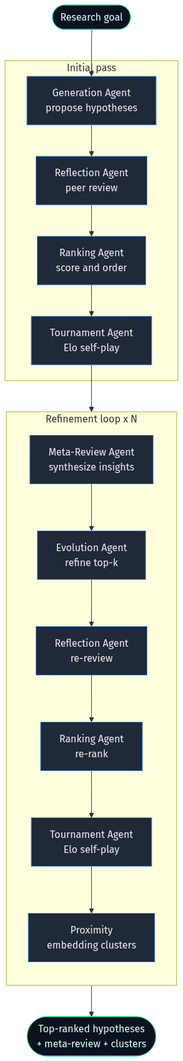
Before: Sources/AICoScientistKit/Documentation.docc/Resources/pipeline.png, a diagram exported from Mermaid (iksnae/coscientist-mlx). Its source is kept beside it as docs/assets/pipeline.mmd. Source of this version:
```mermaid
flowchart TD
    goal([Research goal]) --> gen

    subgraph seed[Initial pass]
        direction TB
        gen[Generation Agent<br/>propose hypotheses] --> ref1[Reflection Agent<br/>peer review]
        ref1 --> rank1[Ranking Agent<br/>score and order]
        rank1 --> tour1[Tournament Agent<br/>Elo self-play]
    end

    tour1 --> loop

    subgraph loop[Refinement loop x N]
        direction TB
        meta[Meta-Review Agent<br/>synthesize insights] --> evo[Evolution Agent<br/>refine top-k]
        evo --> ref2[Reflection Agent<br/>re-review]
        ref2 --> rank2[Ranking Agent<br/>re-rank]
        rank2 --> tour2[Tournament Agent<br/>Elo self-play]
        tour2 --> prox[Proximity<br/>embedding clusters]
    end

    loop --> result([Top-ranked hypotheses<br/>+ meta-review + clusters])

    classDef agent fill:#1f2937,stroke:#60a5fa,stroke-width:1px,color:#e5e7eb;
    classDef io fill:#0b1220,stroke:#34d399,stroke-width:1px,color:#d1fae5;
    class gen,ref1,rank1,tour1,meta,evo,ref2,rank2,tour2,prox agent;
    class goal,result io;
```
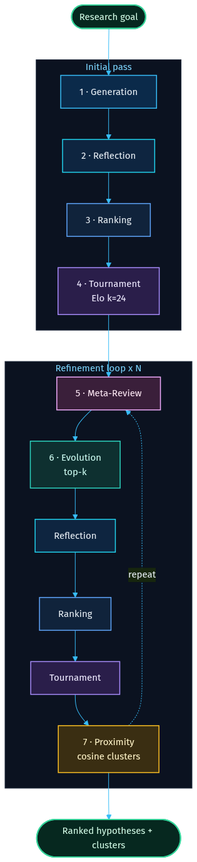
Above is the later version.

Commit message:
docs: restyle + expand diagrams (pipeline, architecture, decode)

Change to the diagram source:
```diff
@@ -1,27 +1,34 @@
-flowchart TD
-    goal([Research goal]) --> gen
+%%{init: {'theme':'base','themeVariables':{'background':'#070b14','primaryColor':'#0e1726','primaryTextColor':'#e6edf3','primaryBorderColor':'#22d3ee','lineColor':'#38bdf8','fontFamily':'Inter,Helvetica,sans-serif','fontSize':'15px','clusterBkg':'#0b1220','clusterBorder':'#1e293b','titleColor':'#7dd3fc'}}}%%
+flowchart TB
+    goal(["Research goal"]):::io --> G
 
-    subgraph seed[Initial pass]
+    subgraph SEED["Initial pass"]
         direction TB
-        gen[Generation Agent<br/>propose hypotheses] --> ref1[Reflection Agent<br/>peer review]
-        ref1 --> rank1[Ranking Agent<br/>score and order]
-        rank1 --> tour1[Tournament Agent<br/>Elo self-play]
+        G["1 · Generation"]:::gen --> R["2 · Reflection"]:::rev
+        R --> K["3 · Ranking"]:::rank
+        K --> T["4 · Tournament<br/>Elo k=24"]:::tour
     end
 
-    tour1 --> loop
+    T --> META
 
-    subgraph loop[Refinement loop x N]
+    subgraph LOOP["Refinement loop x N"]
         direction TB
-        meta[Meta-Review Agent<br/>synthesize insights] --> evo[Evolution Agent<br/>refine top-k]
-        evo --> ref2[Reflection Agent<br/>re-review]
-        ref2 --> rank2[Ranking Agent<br/>re-rank]
-        rank2 --> tour2[Tournament Agent<br/>Elo self-play]
-        tour2 --> prox[Proximity<br/>embedding clusters]
+        META["5 · Meta-Review"]:::meta --> E["6 · Evolution<br/>top-k"]:::evo
+        E --> R2["Reflection"]:::rev
+        R2 --> K2["Ranking"]:::rank
+        K2 --> T2["Tournament"]:::tour
+        T2 --> P["7 · Proximity<br/>cosine clusters"]:::prox
     end
 
-    loop --> result([Top-ranked hypotheses<br/>+ meta-review + clusters])
+    P -. repeat .-> META
+    P --> OUT(["Ranked hypotheses + clusters"]):::io
 
-    classDef agent fill:#1f2937,stroke:#60a5fa,stroke-width:1px,color:#e5e7eb;
-    classDef io fill:#0b1220,stroke:#34d399,stroke-width:1px,color:#d1fae5;
-    class gen,ref1,rank1,tour1,meta,evo,ref2,rank2,tour2,prox agent;
-    class goal,result io;
+    classDef io fill:#06281f,stroke:#34d399,color:#d1fae5,stroke-width:2px;
+    classDef gen fill:#0b2a4a,stroke:#38bdf8,color:#e6edf3,stroke-width:1.5px;
+    classDef rev fill:#0e2540,stroke:#22d3ee,color:#e6edf3,stroke-width:1.5px;
+    classDef rank fill:#10233b,stroke:#60a5fa,color:#e6edf3,stroke-width:1.5px;
+    classDef tour fill:#2a1e4a,stroke:#a78bfa,color:#ede9fe,stroke-width:1.5px;
+    classDef meta fill:#3a1f3a,stroke:#f0abfc,color:#fce7f3,stroke-width:1.5px;
+    classDef evo fill:#0e3030,stroke:#2dd4bf,color:#ccfbf1,stroke-width:1.5px;
+    classDef prox fill:#3a2e12,stroke:#fbbf24,color:#fef3c7,stroke-width:1.5px;
+    classDef ghost fill:transparent,stroke:transparent,color:#94a3b8;
```
